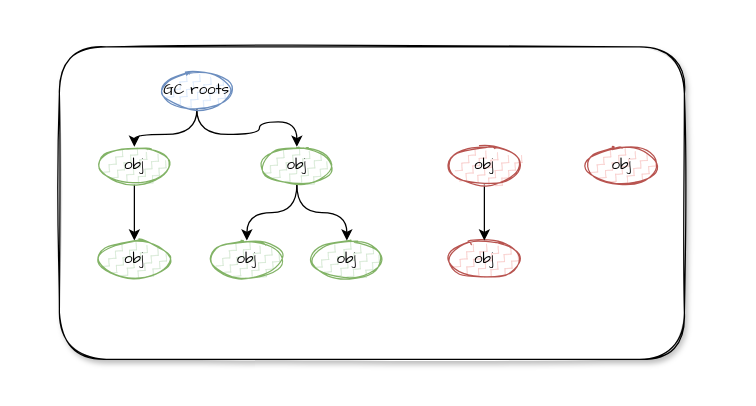
Above: draw/jvm/垃圾回收-可达性分析算法.drawio in Thechc/materials (draw.io), before the change. Source tidied: cells renumbered, new cells numbered last; positions are measured from the earlier drawing's top-left corner, leaving out a move shared by most shapes. Both pictures are drawn from the tidied source at 125%, with x=0, y=0 at pixel (59, 46).
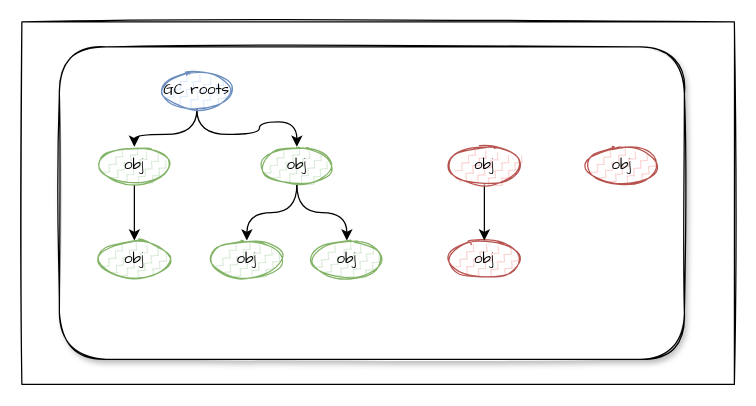
Above is the later version.

Commit message (it also covers changes not shown here):
Update 垃圾回收-可达性分析算法.drawio

What changed in the source:
```diff
@@
 <mxGraphModel>
   <root>
     <mxCell id="0" />
     <mxCell id="1" parent="0" />
+    <mxCell id="18" style="rounded=0;whiteSpace=wrap;html=1;shadow=0;sketch=1;fillStyle=auto;fontFamily=Comic Sans MS;strokeWidth=1;" parent="1" vertex="1">
+      <mxGeometry x="-30" y="-20" width="570" height="290" as="geometry" />
+    </mxCell>
     <mxCell id="2" style="rounded=1;whiteSpace=wrap;html=1;shadow=1;sketch=1;strokeWidth=1;" parent="1" vertex="1">
       <mxGeometry width="500" height="250" as="geometry" />
     </mxCell>
     <mxCell id="3" style="edgeStyle=orthogonalEdgeStyle;jettySize=auto;html=1;exitX=0.5;exitY=1;exitDx=0;exitDy=0;entryX=0.5;entryY=0;entryDx=0;entryDy=0;fontFamily=Comic Sans MS;curved=1;" parent="1" edge="1" source="5" target="7">
       <mxGeometry relative="1" as="geometry" />
     </mxCell>
     <mxCell id="4" style="edgeStyle=orthogonalEdgeStyle;curved=1;jettySize=auto;html=1;exitX=0.5;exitY=1;exitDx=0;exitDy=0;entryX=0.5;entryY=0;entryDx=0;entryDy=0;fontFamily=Comic Sans MS;" parent="1" edge="1" source="5" target="12">
       <mxGeometry relative="1" as="geometry" />
     </mxCell>
     <mxCell id="5" value="GC roots" style="ellipse;whiteSpace=wrap;html=1;rounded=1;shadow=0;sketch=1;strokeWidth=1;fillColor=#dae8fc;strokeColor=#6c8ebf;fillStyle=zigzag-line;fontFamily=Comic Sans MS;" parent="1" vertex="1">
       <mxGeometry x="80" y="20" width="60" height="30" as="geometry" />
     </mxCell>
     <mxCell id="6" style="edgeStyle=orthogonalEdgeStyle;curved=1;jettySize=auto;html=1;exitX=0.5;exitY=1;exitDx=0;exitDy=0;entryX=0.5;entryY=0;entryDx=0;entryDy=0;fontFamily=Comic Sans MS;" parent="1" edge="1" source="7" target="9">
       <mxGeometry relative="1" as="geometry" />
     </mxCell>
     <mxCell id="7" value="obj" style="ellipse;whiteSpace=wrap;html=1;rounded=1;shadow=0;sketch=1;strokeWidth=1;fillColor=#d5e8d4;strokeColor=#82b366;fillStyle=zigzag-line;fontFamily=Comic Sans MS;" parent="1" vertex="1">
       <mxGeometry x="30" y="80" width="60" height="30" as="geometry" />
     </mxCell>
     <mxCell id="8" value="obj" style="ellipse;whiteSpace=wrap;html=1;rounded=1;shadow=0;sketch=1;strokeWidth=1;fillColor=#d5e8d4;strokeColor=#82b366;fillStyle=zigzag-line;fontFamily=Comic Sans MS;" parent="1" vertex="1">
       <mxGeometry x="200" y="155" width="60" height="30" as="geometry" />
     </mxCell>
     <mxCell id="9" value="obj" style="ellipse;whiteSpace=wrap;html=1;rounded=1;shadow=0;sketch=1;strokeWidth=1;fillColor=#d5e8d4;strokeColor=#82b366;fillStyle=zigzag-line;fontFamily=Comic Sans MS;" parent="1" vertex="1">
       <mxGeometry x="30" y="155" width="60" height="30" as="geometry" />
     </mxCell>
     <mxCell id="10" style="edgeStyle=orthogonalEdgeStyle;curved=1;jettySize=auto;html=1;exitX=0.5;exitY=1;exitDx=0;exitDy=0;entryX=0.5;entryY=0;entryDx=0;entryDy=0;fontFamily=Comic Sans MS;" parent="1" edge="1" source="12" target="13">
       <mxGeometry relative="1" as="geometry" />
     </mxCell>
     <mxCell id="11" style="edgeStyle=orthogonalEdgeStyle;curved=1;jettySize=auto;html=1;entryX=0.5;entryY=0;entryDx=0;entryDy=0;fontFamily=Comic Sans MS;" parent="1" edge="1" source="12" target="8">
       <mxGeometry relative="1" as="geometry" />
     </mxCell>
     <mxCell id="12" value="obj" style="ellipse;whiteSpace=wrap;html=1;rounded=1;shadow=0;sketch=1;strokeWidth=1;fillColor=#d5e8d4;strokeColor=#82b366;fillStyle=zigzag-line;fontFamily=Comic Sans MS;" parent="1" vertex="1">
       <mxGeometry x="160" y="80" width="60" height="30" as="geometry" />
     </mxCell>
     <mxCell id="13" value="obj" style="ellipse;whiteSpace=wrap;html=1;rounded=1;shadow=0;sketch=1;strokeWidth=1;fillColor=#d5e8d4;strokeColor=#82b366;fillStyle=zigzag-line;fontFamily=Comic Sans MS;" parent="1" vertex="1">
       <mxGeometry x="120" y="155" width="60" height="30" as="geometry" />
     </mxCell>
     <mxCell id="14" value="obj" style="ellipse;whiteSpace=wrap;html=1;rounded=1;shadow=0;sketch=1;strokeWidth=1;fillColor=#f8cecc;strokeColor=#b85450;fillStyle=zigzag-line;fontFamily=Comic Sans MS;" parent="1" vertex="1">
       <mxGeometry x="420" y="80" width="60" height="30" as="geometry" />
     </mxCell>
     <mxCell id="15" value="obj" style="ellipse;whiteSpace=wrap;html=1;rounded=1;shadow=0;sketch=1;strokeWidth=1;fillColor=#f8cecc;strokeColor=#b85450;fillStyle=zigzag-line;fontFamily=Comic Sans MS;" parent="1" vertex="1">
       <mxGeometry x="310" y="155" width="60" height="30" as="geometry" />
     </mxCell>
     <mxCell id="16" style="edgeStyle=orthogonalEdgeStyle;curved=1;jettySize=auto;html=1;exitX=0.5;exitY=1;exitDx=0;exitDy=0;entryX=0.5;entryY=0;entryDx=0;entryDy=0;fontFamily=Comic Sans MS;" parent="1" edge="1" source="17" target="15">
       <mxGeometry relative="1" as="geometry" />
     </mxCell>
     <mxCell id="17" value="obj" style="ellipse;whiteSpace=wrap;html=1;rounded=1;shadow=0;sketch=1;strokeWidth=1;fillColor=#f8cecc;strokeColor=#b85450;fillStyle=zigzag-line;fontFamily=Comic Sans MS;" parent="1" vertex="1">
       <mxGeometry x="310" y="80" width="60" height="30" as="geometry" />
     </mxCell>
   </root>
 </mxGraphModel>
```
